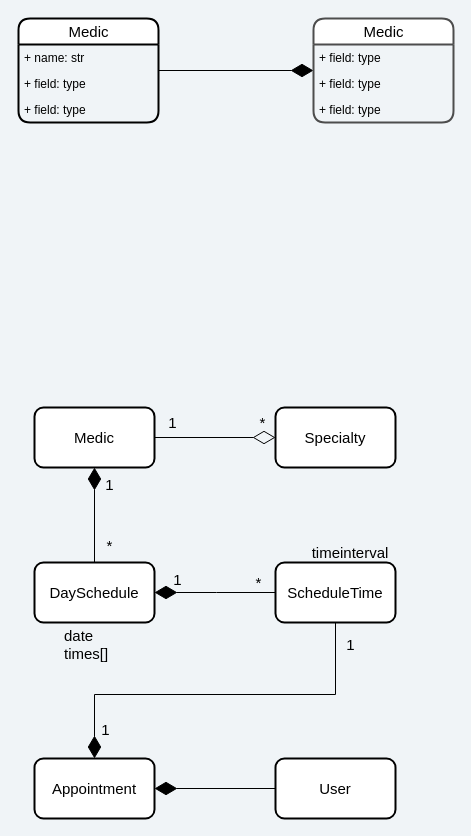
falleng0d/medicar-backend keeps this draw.io diagram as page "Página-1" (1 of 2) of model.drawio. Above is the earlier version. Source tidied: cells renumbered, new cells numbered last; positions are measured from the earlier drawing's top-left corner, leaving out a move shared by most shapes. Both pictures are drawn from the tidied source at 100%, with x=0, y=0 at pixel (18, 18).
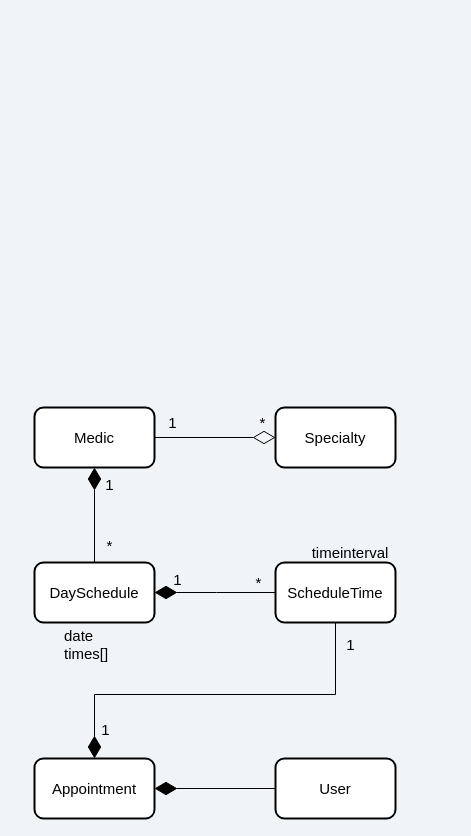
Above is the later version.

What changed in the source:
```diff
@@
-    <mxCell id="2" style="edgeStyle=orthogonalEdgeStyle;rounded=0;jettySize=auto;html=1;endArrow=diamondThin;endFill=1;endSize=20;targetPerimeterSpacing=0;fontFamily=Poppins;fontSize=15;" parent="1" edge="1" source="3" target="7">
-      <mxGeometry relative="1" as="geometry" />
-    </mxCell>
-    <mxCell id="3" value="Medic" style="swimlane;fontStyle=0;horizontal=1;startSize=26;rounded=1;strokeWidth=2;fontFamily=Poppins;fontSize=15;align=center;html=1;swimlaneLine=1;fixDash=0;backgroundOutline=0;" parent="1" vertex="1">
-      <mxGeometry width="140" height="104" as="geometry" />
-    </mxCell>
-    <mxCell id="4" value="+ name: str" style="text;strokeColor=none;fillColor=none;align=left;verticalAlign=top;spacingLeft=4;spacingRight=4;overflow=hidden;fontFamily=Poppins;" parent="3" vertex="1">
-      <mxGeometry y="26" width="140" height="26" as="geometry" />
-    </mxCell>
-    <mxCell id="5" value="+ field: type" style="text;strokeColor=none;fillColor=none;align=left;verticalAlign=top;spacingLeft=4;spacingRight=4;overflow=hidden;fontFamily=Poppins;" parent="3" vertex="1">
-      <mxGeometry y="52" width="140" height="26" as="geometry" />
-    </mxCell>
-    <mxCell id="6" value="+ field: type" style="text;strokeColor=none;align=left;verticalAlign=top;spacingLeft=4;spacingRight=4;overflow=hidden;fontFamily=Poppins;" parent="3" vertex="1">
-      <mxGeometry y="78" width="140" height="26" as="geometry" />
-    </mxCell>
-    <mxCell id="7" value="Medic" style="swimlane;fontStyle=0;horizontal=1;startSize=26;rounded=1;strokeColor=#4D4D4D;strokeWidth=2;fontFamily=Poppins;fontSize=15;align=center;html=1;" parent="1" vertex="1">
-      <mxGeometry x="295" width="140" height="104" as="geometry" />
-    </mxCell>
-    <mxCell id="8" value="+ field: type" style="text;strokeColor=none;fillColor=none;align=left;verticalAlign=top;spacingLeft=4;spacingRight=4;overflow=hidden;fontFamily=Poppins;" parent="7" vertex="1">
-      <mxGeometry y="26" width="140" height="26" as="geometry" />
-    </mxCell>
-    <mxCell id="9" value="+ field: type" style="text;strokeColor=none;fillColor=none;align=left;verticalAlign=top;spacingLeft=4;spacingRight=4;overflow=hidden;fontFamily=Poppins;" parent="7" vertex="1">
-      <mxGeometry y="52" width="140" height="26" as="geometry" />
-    </mxCell>
-    <mxCell id="10" value="+ field: type" style="text;strokeColor=none;fillColor=none;align=left;verticalAlign=top;spacingLeft=4;spacingRight=4;overflow=hidden;fontFamily=Poppins;" parent="7" vertex="1">
-      <mxGeometry y="78" width="140" height="26" as="geometry" />
-    </mxCell>
```
